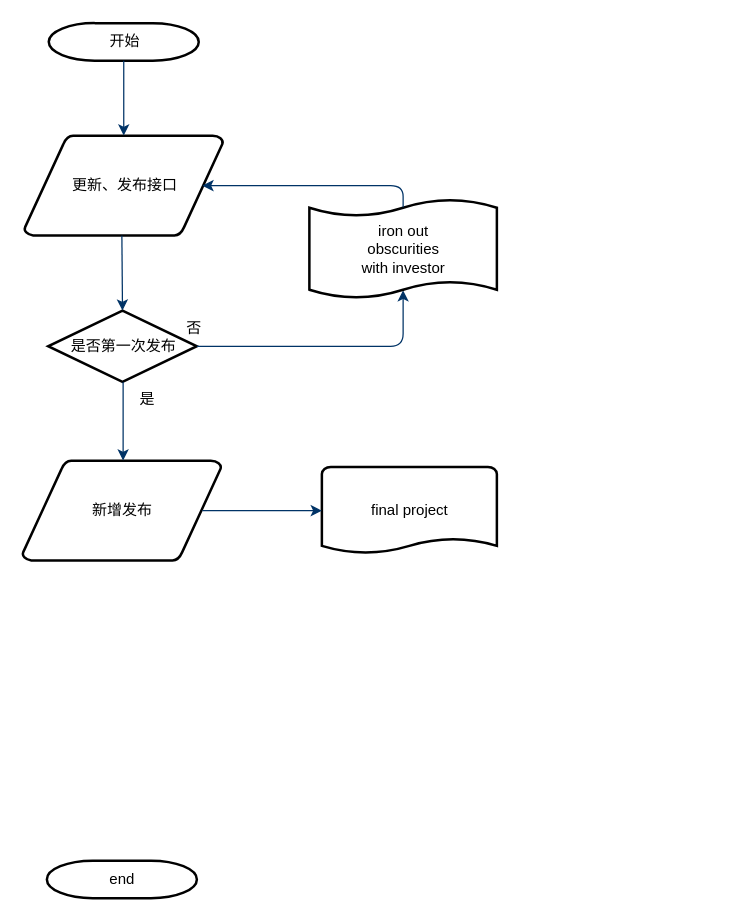
Before: 未命名绘图.drawio in flychenming/Book, a draw.io diagram. Source tidied: cells renumbered, new cells numbered last; positions are measured from the earlier drawing's top-left corner, leaving out a move shared by most shapes. Both pictures are drawn from the tidied source at 125%, with x=0, y=0 at pixel (21, 22).
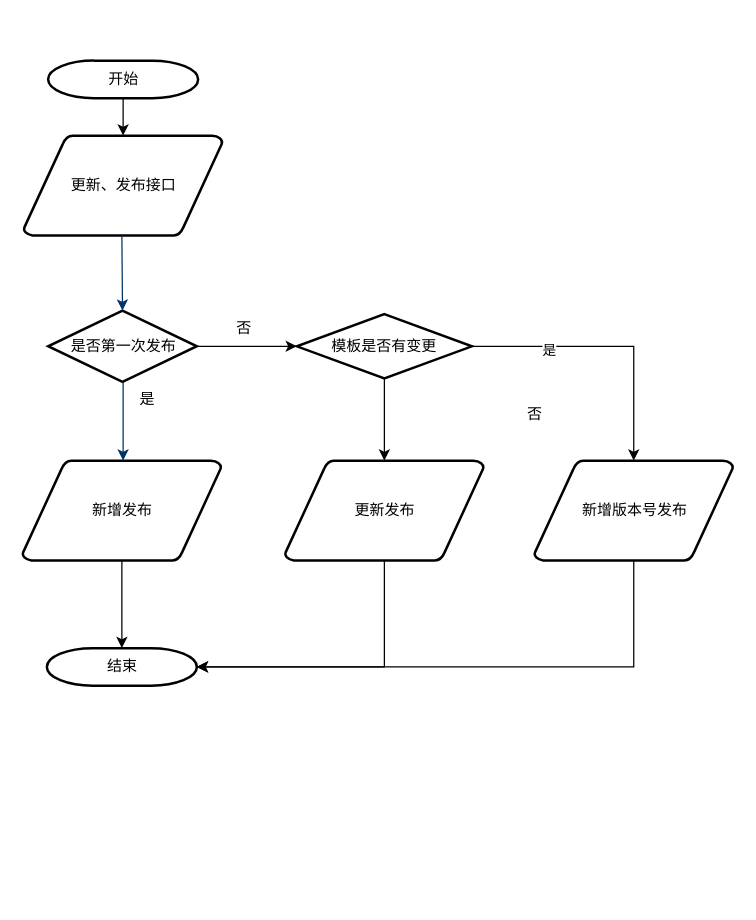
After the change.

The change refers to these unchanged cells:
```xml
<mxCell id="4" value="新增发布" style="shape=mxgraph.flowchart.data;strokeWidth=2;gradientColor=none;gradientDirection=north;fontStyle=0;html=1;" parent="1" vertex="1">
  <mxGeometry x="0.5" y="350" width="159" height="80" as="geometry" />
</mxCell>
<mxCell id="5" value="是否第一次发布" style="shape=mxgraph.flowchart.decision;strokeWidth=2;gradientColor=none;gradientDirection=north;fontStyle=0;html=1;" parent="1" vertex="1">
  <mxGeometry x="21" y="230" width="119" height="57" as="geometry" />
</mxCell>
```

What changed in the source:
```diff
@@
+    <mxCell id="6" style="edgeStyle=orthogonalEdgeStyle;rounded=0;jettySize=auto;html=1;exitX=0.5;exitY=1;exitDx=0;exitDy=0;exitPerimeter=0;entryX=0.5;entryY=0;entryDx=0;entryDy=0;entryPerimeter=0;" parent="1" edge="1" source="2" target="3">
+      <mxGeometry relative="1" as="geometry" />
+    </mxCell>
     <mxCell id="2" value="开始" style="shape=mxgraph.flowchart.terminator;strokeWidth=2;gradientColor=none;gradientDirection=north;fontStyle=0;html=1;" parent="1" vertex="1">
-      <mxGeometry x="21.5" width="120" height="30" as="geometry" />
+      <mxGeometry x="21" y="30" width="120" height="30" as="geometry" />
     </mxCell>
     <mxCell id="3" value="更新、发布接口" style="shape=mxgraph.flowchart.data;strokeWidth=2;gradientColor=none;gradientDirection=north;fontStyle=0;html=1;" parent="1" vertex="1">
-      <mxGeometry x="2" y="90" width="159" height="80" as="geometry" />
+      <mxGeometry x="1.5" y="90" width="159" height="80" as="geometry" />
     </mxCell>
+    <mxCell id="18" style="edgeStyle=orthogonalEdgeStyle;rounded=0;jettySize=auto;html=1;" parent="1" edge="1" source="4" target="15">
+      <mxGeometry relative="1" as="geometry" />
+    </mxCell>
@@
+    <mxCell id="19" style="edgeStyle=orthogonalEdgeStyle;rounded=0;jettySize=auto;html=1;entryX=0;entryY=0.5;entryDx=0;entryDy=0;entryPerimeter=0;" parent="1" edge="1" source="5" target="23">
+      <mxGeometry relative="1" as="geometry" />
+    </mxCell>
@@
-    <mxCell id="6" style="fontStyle=1;strokeColor=#003366;strokeWidth=1;html=1;" parent="1" edge="1" source="2" target="3">
-      <mxGeometry relative="1" as="geometry" />
-    </mxCell>
-    <mxCell id="7" style="fontStyle=1;strokeColor=#003366;strokeWidth=1;html=1;" parent="1" edge="1" source="3">
-      <mxGeometry relative="1" as="geometry">
-        <mxPoint x="80" y="90" as="targetPoint" />
-      </mxGeometry>
-    </mxCell>
@@
-    <mxCell id="9" style="edgeStyle=elbowEdgeStyle;elbow=horizontal;entryX=0.5;entryY=0.91;entryPerimeter=0;exitX=1;exitY=0.5;exitPerimeter=0;fontStyle=1;strokeColor=#003366;strokeWidth=1;html=1;" parent="1" edge="1" source="5" target="16">
-      <mxGeometry x="381" y="28.5" as="geometry">
-        <Array as="points">
-          <mxPoint x="305" y="240" />
-        </Array>
-      </mxGeometry>
-    </mxCell>
     <mxCell id="10" value="否" style="text;fontStyle=0;html=1;strokeColor=none;gradientColor=none;fillColor=none;strokeWidth=2;" parent="1" vertex="1">
-      <mxGeometry x="130" y="230" width="40" height="26" as="geometry" />
+      <mxGeometry x="170" y="230" width="40" height="26" as="geometry" />
     </mxCell>
@@
-    <mxCell id="13" value="final project" style="shape=mxgraph.flowchart.document;strokeWidth=2;gradientColor=none;gradientDirection=north;fontStyle=0;html=1;" parent="1" vertex="1">
-      <mxGeometry x="240" y="355" width="140" height="70" as="geometry" />
-    </mxCell>
-    <mxCell id="14" style="edgeStyle=elbowEdgeStyle;elbow=horizontal;exitX=0.905;exitY=0.5;exitPerimeter=0;fontStyle=1;strokeColor=#003366;strokeWidth=1;html=1;" parent="1" edge="1" source="4" target="13">
-      <mxGeometry as="geometry" />
-    </mxCell>
-    <mxCell id="15" value="end" style="shape=mxgraph.flowchart.terminator;strokeWidth=2;gradientColor=none;gradientDirection=north;fontStyle=0;html=1;" parent="1" vertex="1">
-      <mxGeometry x="20" y="670" width="120" height="30" as="geometry" />
+    <mxCell id="15" value="结束" style="shape=mxgraph.flowchart.terminator;strokeWidth=2;gradientColor=none;gradientDirection=north;fontStyle=0;html=1;" parent="1" vertex="1">
+      <mxGeometry x="20" y="500" width="120" height="30" as="geometry" />
     </mxCell>
-    <mxCell id="16" value="iron out&#10;obscurities &#10;with investor" style="shape=mxgraph.flowchart.paper_tape;strokeWidth=2;gradientColor=none;gradientDirection=north;fontStyle=0;html=1;" parent="1" vertex="1">
-      <mxGeometry x="230" y="140" width="150" height="81" as="geometry" />
-    </mxCell>
-    <mxCell id="17" style="edgeStyle=elbowEdgeStyle;elbow=horizontal;exitX=0.5;exitY=0.09;exitPerimeter=0;entryX=0.905;entryY=0.5;entryPerimeter=0;fontStyle=1;strokeColor=#003366;strokeWidth=1;html=1;" parent="1" edge="1" source="16">
-      <mxGeometry as="geometry">
-        <mxPoint x="144.4" y="130" as="targetPoint" />
-        <Array as="points">
-          <mxPoint x="305" y="140" />
-        </Array>
-      </mxGeometry>
-    </mxCell>
+    <mxCell id="20" style="edgeStyle=orthogonalEdgeStyle;rounded=0;jettySize=auto;html=1;entryX=0.5;entryY=0;entryDx=0;entryDy=0;entryPerimeter=0;" parent="1" edge="1" source="23" target="25">
+      <mxGeometry relative="1" as="geometry" />
+    </mxCell>
+    <mxCell id="21" style="edgeStyle=orthogonalEdgeStyle;rounded=0;jettySize=auto;html=1;entryX=0.5;entryY=0;entryDx=0;entryDy=0;entryPerimeter=0;" parent="1" edge="1" source="23" target="28">
+      <mxGeometry relative="1" as="geometry" />
+    </mxCell>
+    <mxCell id="22" value="是" style="edgeLabel;html=1;align=center;verticalAlign=middle;" parent="21" vertex="1">
+      <mxGeometry x="-0.45" y="-3" relative="1" as="geometry" />
+    </mxCell>
+    <mxCell id="23" value="模板是否有变更" style="strokeWidth=2;html=1;shape=mxgraph.flowchart.decision;whiteSpace=wrap;" parent="1" vertex="1">
+      <mxGeometry x="220" y="232.8" width="140" height="51.5" as="geometry" />
+    </mxCell>
+    <mxCell id="24" style="edgeStyle=orthogonalEdgeStyle;rounded=0;jettySize=auto;html=1;entryX=1;entryY=0.5;entryDx=0;entryDy=0;entryPerimeter=0;exitX=0.5;exitY=1;exitDx=0;exitDy=0;exitPerimeter=0;" parent="1" edge="1" source="25" target="15">
+      <mxGeometry relative="1" as="geometry">
+        <Array as="points">
+          <mxPoint x="290" y="515" />
+        </Array>
+      </mxGeometry>
+    </mxCell>
+    <mxCell id="25" value="更新发布" style="shape=mxgraph.flowchart.data;strokeWidth=2;gradientColor=none;gradientDirection=north;fontStyle=0;html=1;" parent="1" vertex="1">
+      <mxGeometry x="210.5" y="350" width="159" height="80" as="geometry" />
+    </mxCell>
+    <mxCell id="26" value="否" style="text;html=1;align=center;verticalAlign=middle;strokeColor=none;fillColor=none;" parent="1" vertex="1">
+      <mxGeometry x="390" y="298" width="40" height="30" as="geometry" />
+    </mxCell>
+    <mxCell id="27" style="edgeStyle=orthogonalEdgeStyle;rounded=0;jettySize=auto;html=1;exitX=0.5;exitY=1;exitDx=0;exitDy=0;exitPerimeter=0;entryX=1;entryY=0.5;entryDx=0;entryDy=0;entryPerimeter=0;" parent="1" edge="1" source="28" target="15">
+      <mxGeometry relative="1" as="geometry" />
+    </mxCell>
+    <mxCell id="28" value="新增版本号发布" style="shape=mxgraph.flowchart.data;strokeWidth=2;gradientColor=none;gradientDirection=north;fontStyle=0;html=1;" parent="1" vertex="1">
+      <mxGeometry x="410" y="350" width="159" height="80" as="geometry" />
+    </mxCell>
```
